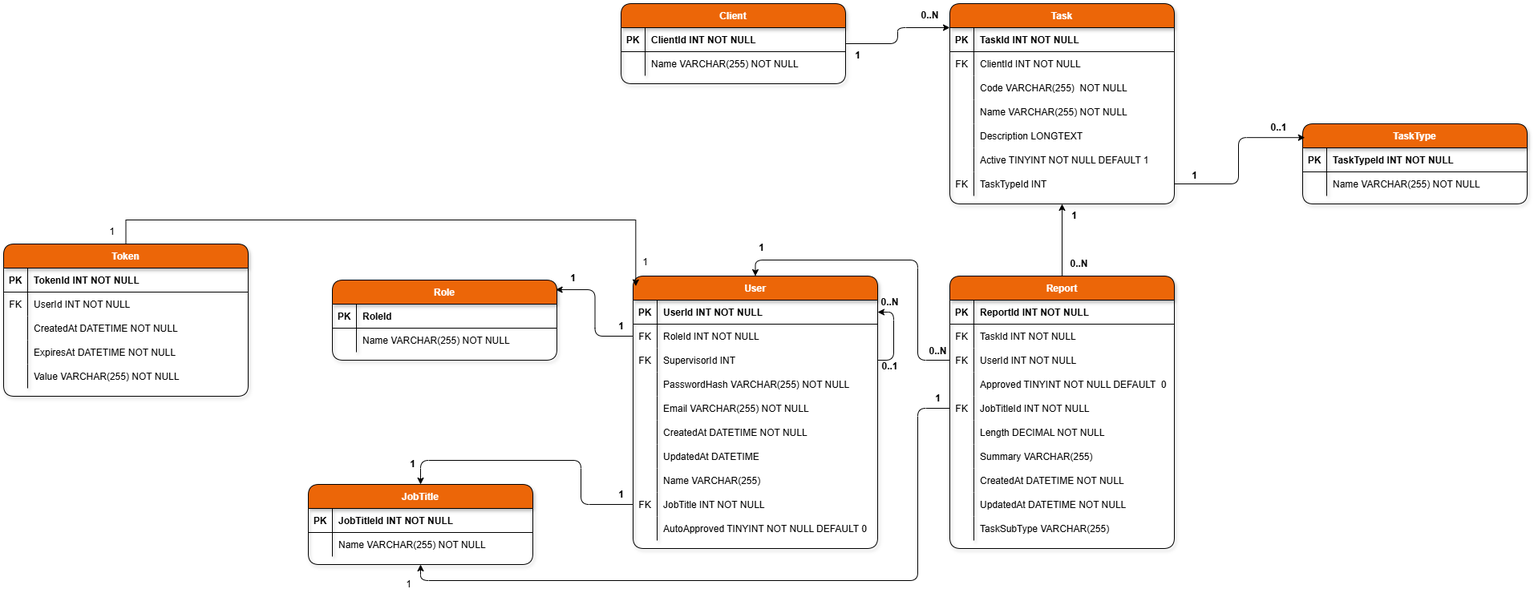
This is Documentation/Database/vykazovnik_db_scheme.drawio.png from pslib-cz/MP2024-25_Kraus-Ivan_Navrh-a-tvorba-firemni-aplikace-pro-vykazy, a draw.io export, as it was before one commit. Source tidied: cells renumbered, new cells last; positions are measured from the earlier drawing's top-left corner, leaving out a move shared by most shapes.
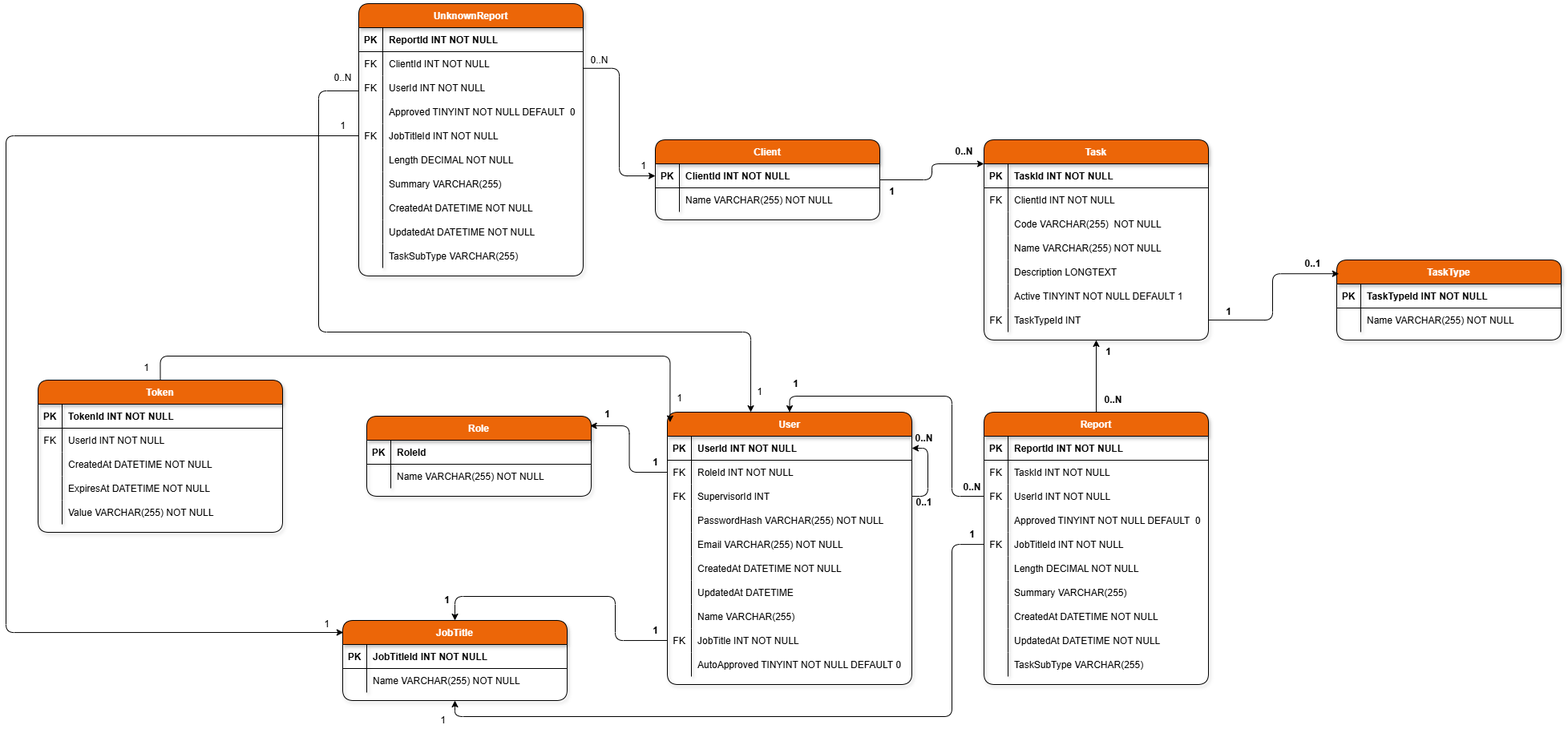
The same file after the commit.

Commit message:
aktualizace struktury databáze

Diff of the diagram source:
```diff
@@ -481,7 +481,7 @@
     <mxCell id="153" value="Value VARCHAR(255) NOT NULL" style="shape=partialRectangle;overflow=hidden;fillColor=none;top=0;left=0;bottom=0;right=0;align=left;spacingLeft=6;rounded=1;" parent="151" vertex="1">
       <mxGeometry x="30" width="275" height="30" as="geometry" />
     </mxCell>
-    <mxCell id="154" style="edgeStyle=orthogonalEdgeStyle;rounded=0;jettySize=auto;html=1;exitX=0.5;exitY=0;exitDx=0;exitDy=0;entryX=0.011;entryY=0.037;entryDx=0;entryDy=0;entryPerimeter=0;" parent="1" edge="1" source="138" target="80">
+    <mxCell id="154" style="edgeStyle=orthogonalEdgeStyle;rounded=1;jettySize=auto;html=1;exitX=0.5;exitY=0;exitDx=0;exitDy=0;entryX=0.011;entryY=0.037;entryDx=0;entryDy=0;entryPerimeter=0;curved=0;" parent="1" edge="1" source="138" target="80">
       <mxGeometry relative="1" as="geometry">
         <Array as="points">
           <mxPoint x="153" y="270" />
@@ -495,5 +495,141 @@
     <mxCell id="156" value="1" style="text;html=1;align=center;verticalAlign=middle;strokeColor=none;fillColor=none;" parent="1" vertex="1">
       <mxGeometry x="785" y="308" width="30" height="30" as="geometry" />
     </mxCell>
+    <mxCell id="157" value="UnknownReport" style="shape=table;startSize=30;rowLines=0;fontStyle=1;align=center;rounded=1;fillColor=#ec6608;fontColor=#FFFFFF;shadow=1;" parent="1" vertex="1">
+      <mxGeometry x="400" y="-170" width="280" height="340" as="geometry" />
+    </mxCell>
+    <mxCell id="158" style="shape=partialRectangle;fillColor=none;top=0;left=0;right=0;bottom=1;rounded=1;" parent="157" vertex="1">
+      <mxGeometry y="30" width="280" height="30" as="geometry" />
+    </mxCell>
+    <mxCell id="159" value="PK" style="shape=partialRectangle;overflow=hidden;fillColor=none;top=0;left=0;bottom=0;right=0;fontStyle=1;rounded=1;" parent="158" vertex="1">
+      <mxGeometry width="30" height="30" as="geometry" />
+    </mxCell>
+    <mxCell id="160" value="ReportId INT NOT NULL" style="shape=partialRectangle;overflow=hidden;fillColor=none;top=0;left=0;bottom=0;right=0;align=left;spacingLeft=6;fontStyle=1;rounded=1;" parent="158" vertex="1">
+      <mxGeometry x="30" width="250" height="30" as="geometry" />
+    </mxCell>
+    <mxCell id="161" style="shape=partialRectangle;fillColor=none;points=[[0,0.5],[1,0.5]];portConstraint=eastwest;top=0;left=0;right=0;bottom=0;rounded=1;" parent="157" vertex="1">
+      <mxGeometry y="60" width="280" height="30" as="geometry" />
+    </mxCell>
+    <mxCell id="162" value="FK" style="shape=partialRectangle;overflow=hidden;fillColor=none;top=0;left=0;bottom=0;right=0;rounded=1;" parent="161" vertex="1">
+      <mxGeometry width="30" height="30" as="geometry" />
+    </mxCell>
+    <mxCell id="163" value="ClientId INT NOT NULL" style="shape=partialRectangle;overflow=hidden;fillColor=none;top=0;left=0;bottom=0;right=0;align=left;spacingLeft=6;rounded=1;" parent="161" vertex="1">
+      <mxGeometry x="30" width="250" height="30" as="geometry" />
+    </mxCell>
+    <mxCell id="164" style="shape=partialRectangle;fillColor=none;points=[[0,0.5],[1,0.5]];portConstraint=eastwest;top=0;left=0;right=0;bottom=0;rounded=1;" parent="157" vertex="1">
+      <mxGeometry y="90" width="280" height="30" as="geometry" />
+    </mxCell>
+    <mxCell id="165" value="FK" style="shape=partialRectangle;overflow=hidden;fillColor=none;top=0;left=0;bottom=0;right=0;rounded=1;" parent="164" vertex="1">
+      <mxGeometry width="30" height="30" as="geometry" />
+    </mxCell>
+    <mxCell id="166" value="UserId INT NOT NULL" style="shape=partialRectangle;overflow=hidden;fillColor=none;top=0;left=0;bottom=0;right=0;align=left;spacingLeft=6;rounded=1;" parent="164" vertex="1">
+      <mxGeometry x="30" width="250" height="30" as="geometry" />
+    </mxCell>
+    <mxCell id="167" style="shape=partialRectangle;fillColor=none;top=0;left=0;right=0;bottom=0;rounded=1;" parent="157" vertex="1">
+      <mxGeometry y="120" width="280" height="30" as="geometry" />
+    </mxCell>
+    <mxCell id="168" style="shape=partialRectangle;overflow=hidden;fillColor=none;top=0;left=0;bottom=0;right=0;rounded=1;" parent="167" vertex="1">
+      <mxGeometry width="30" height="30" as="geometry" />
+    </mxCell>
+    <mxCell id="169" value="Approved TINYINT NOT NULL DEFAULT  0" style="shape=partialRectangle;overflow=hidden;fillColor=none;top=0;left=0;bottom=0;right=0;align=left;spacingLeft=6;rounded=1;" parent="167" vertex="1">
+      <mxGeometry x="30" width="250" height="30" as="geometry" />
+    </mxCell>
+    <mxCell id="170" style="shape=partialRectangle;fillColor=none;points=[[0,0.5],[1,0.5]];portConstraint=eastwest;top=0;left=0;right=0;bottom=0;rounded=1;" parent="157" vertex="1">
+      <mxGeometry y="150" width="280" height="30" as="geometry" />
+    </mxCell>
+    <mxCell id="171" value="FK" style="shape=partialRectangle;overflow=hidden;fillColor=none;top=0;left=0;bottom=0;right=0;rounded=1;" parent="170" vertex="1">
+      <mxGeometry width="30" height="30" as="geometry" />
+    </mxCell>
+    <mxCell id="172" value="JobTitleId INT NOT NULL" style="shape=partialRectangle;overflow=hidden;fillColor=none;top=0;left=0;bottom=0;right=0;align=left;spacingLeft=6;rounded=1;" parent="170" vertex="1">
+      <mxGeometry x="30" width="250" height="30" as="geometry" />
+    </mxCell>
+    <mxCell id="173" style="shape=partialRectangle;fillColor=none;top=0;left=0;right=0;bottom=0;rounded=1;" parent="157" vertex="1">
+      <mxGeometry y="180" width="280" height="30" as="geometry" />
+    </mxCell>
+    <mxCell id="174" style="shape=partialRectangle;overflow=hidden;fillColor=none;top=0;left=0;bottom=0;right=0;rounded=1;" parent="173" vertex="1">
+      <mxGeometry width="30" height="30" as="geometry" />
+    </mxCell>
+    <mxCell id="175" value="Length DECIMAL NOT NULL" style="shape=partialRectangle;overflow=hidden;fillColor=none;top=0;left=0;bottom=0;right=0;align=left;spacingLeft=6;rounded=1;" parent="173" vertex="1">
+      <mxGeometry x="30" width="250" height="30" as="geometry" />
+    </mxCell>
+    <mxCell id="176" style="shape=partialRectangle;fillColor=none;top=0;left=0;right=0;bottom=0;rounded=1;" parent="157" vertex="1">
+      <mxGeometry y="210" width="280" height="30" as="geometry" />
+    </mxCell>
+    <mxCell id="177" style="shape=partialRectangle;overflow=hidden;fillColor=none;top=0;left=0;bottom=0;right=0;rounded=1;" parent="176" vertex="1">
+      <mxGeometry width="30" height="30" as="geometry" />
+    </mxCell>
+    <mxCell id="178" value="Summary VARCHAR(255)" style="shape=partialRectangle;overflow=hidden;fillColor=none;top=0;left=0;bottom=0;right=0;align=left;spacingLeft=6;rounded=1;" parent="176" vertex="1">
+      <mxGeometry x="30" width="250" height="30" as="geometry" />
+    </mxCell>
+    <mxCell id="179" style="shape=partialRectangle;fillColor=none;top=0;left=0;right=0;bottom=0;rounded=1;" parent="157" vertex="1">
+      <mxGeometry y="240" width="280" height="30" as="geometry" />
+    </mxCell>
+    <mxCell id="180" style="shape=partialRectangle;overflow=hidden;fillColor=none;top=0;left=0;bottom=0;right=0;rounded=1;" parent="179" vertex="1">
+      <mxGeometry width="30" height="30" as="geometry" />
+    </mxCell>
+    <mxCell id="181" value="CreatedAt DATETIME NOT NULL" style="shape=partialRectangle;overflow=hidden;fillColor=none;top=0;left=0;bottom=0;right=0;align=left;spacingLeft=6;rounded=1;" parent="179" vertex="1">
+      <mxGeometry x="30" width="250" height="30" as="geometry" />
+    </mxCell>
+    <mxCell id="182" style="shape=partialRectangle;fillColor=none;top=0;left=0;right=0;bottom=0;rounded=1;" parent="157" vertex="1">
+      <mxGeometry y="270" width="280" height="30" as="geometry" />
+    </mxCell>
+    <mxCell id="183" style="shape=partialRectangle;overflow=hidden;fillColor=none;top=0;left=0;bottom=0;right=0;rounded=1;" parent="182" vertex="1">
+      <mxGeometry width="30" height="30" as="geometry" />
+    </mxCell>
+    <mxCell id="184" value="UpdatedAt DATETIME NOT NULL" style="shape=partialRectangle;overflow=hidden;fillColor=none;top=0;left=0;bottom=0;right=0;align=left;spacingLeft=6;rounded=1;" parent="182" vertex="1">
+      <mxGeometry x="30" width="250" height="30" as="geometry" />
+    </mxCell>
+    <mxCell id="185" style="shape=partialRectangle;fillColor=none;top=0;left=0;right=0;bottom=0;rounded=1;" parent="157" vertex="1">
+      <mxGeometry y="300" width="280" height="30" as="geometry" />
+    </mxCell>
+    <mxCell id="186" style="shape=partialRectangle;overflow=hidden;fillColor=none;top=0;left=0;bottom=0;right=0;rounded=1;" parent="185" vertex="1">
+      <mxGeometry width="30" height="30" as="geometry" />
+    </mxCell>
+    <mxCell id="187" value="TaskSubType VARCHAR(255) " style="shape=partialRectangle;overflow=hidden;fillColor=none;top=0;left=0;bottom=0;right=0;align=left;spacingLeft=6;rounded=1;" parent="185" vertex="1">
+      <mxGeometry x="30" width="250" height="30" as="geometry" />
+    </mxCell>
+    <mxCell id="188" style="edgeStyle=orthogonalEdgeStyle;rounded=1;jettySize=auto;html=1;exitX=0.998;exitY=0.693;exitDx=0;exitDy=0;curved=0;exitPerimeter=0;" parent="1" edge="1" source="161" target="4">
+      <mxGeometry relative="1" as="geometry">
+        <Array as="points">
+          <mxPoint x="725" y="-89" />
+          <mxPoint x="725" y="45" />
+        </Array>
+      </mxGeometry>
+    </mxCell>
+    <mxCell id="189" value="1" style="text;html=1;align=center;verticalAlign=middle;strokeColor=none;fillColor=none;" parent="1" vertex="1">
+      <mxGeometry x="740" y="18" width="30" height="30" as="geometry" />
+    </mxCell>
+    <mxCell id="190" value="0..N" style="text;html=1;align=center;verticalAlign=middle;strokeColor=none;fillColor=none;" parent="1" vertex="1">
+      <mxGeometry x="675" y="-114" width="50" height="30" as="geometry" />
+    </mxCell>
+    <mxCell id="191" style="edgeStyle=orthogonalEdgeStyle;rounded=1;jettySize=auto;html=1;entryX=0.341;entryY=0;entryDx=0;entryDy=0;entryPerimeter=0;curved=0;exitX=0.001;exitY=0.631;exitDx=0;exitDy=0;exitPerimeter=0;" parent="1" edge="1" source="164" target="80">
+      <mxGeometry relative="1" as="geometry">
+        <Array as="points">
+          <mxPoint x="350" y="-61" />
+          <mxPoint x="350" y="240" />
+          <mxPoint x="889" y="240" />
+        </Array>
+      </mxGeometry>
+    </mxCell>
+    <mxCell id="192" value="1" style="text;html=1;align=center;verticalAlign=middle;strokeColor=none;fillColor=none;" parent="1" vertex="1">
+      <mxGeometry x="885" y="300" width="30" height="30" as="geometry" />
+    </mxCell>
+    <mxCell id="193" value="0..N" style="text;html=1;align=center;verticalAlign=middle;strokeColor=none;fillColor=none;" parent="1" vertex="1">
+      <mxGeometry x="355" y="-92" width="50" height="30" as="geometry" />
+    </mxCell>
+    <mxCell id="194" style="edgeStyle=orthogonalEdgeStyle;rounded=1;jettySize=auto;html=1;exitX=0;exitY=0.5;exitDx=0;exitDy=0;entryX=0.003;entryY=0.15;entryDx=0;entryDy=0;entryPerimeter=0;curved=0;" parent="1" edge="1" source="170" target="111">
+      <mxGeometry relative="1" as="geometry">
+        <Array as="points">
+          <mxPoint x="-40" y="-5" />
+          <mxPoint x="-40" y="615" />
+        </Array>
+      </mxGeometry>
+    </mxCell>
+    <mxCell id="195" value="1" style="text;html=1;align=center;verticalAlign=middle;strokeColor=none;fillColor=none;" parent="1" vertex="1">
+      <mxGeometry x="345" y="590" width="30" height="30" as="geometry" />
+    </mxCell>
+    <mxCell id="196" value="1" style="text;html=1;align=center;verticalAlign=middle;strokeColor=none;fillColor=none;" parent="1" vertex="1">
+      <mxGeometry x="365" y="-32" width="30" height="30" as="geometry" />
+    </mxCell>
   </root>
 </mxGraphModel>
```
